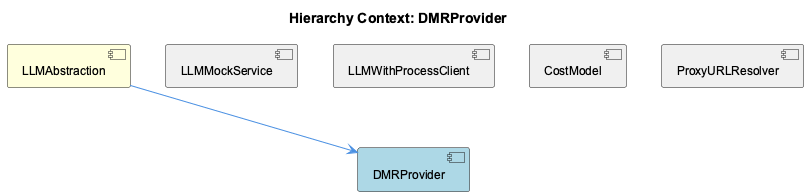
Earlier version of the PlantUML export knowledge-management/insights/images/dmrprovider-relationship.png (fwornle/coding).
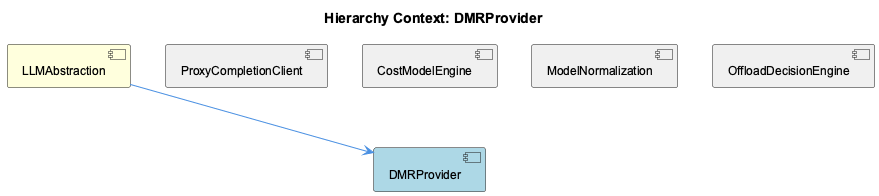
Above is the later version.

Diff of the diagram source:
```diff
@@ -5,15 +5,15 @@
 
 [LLMAbstraction] as llmabstraction #FFFFDD
 [DMRProvider] as dmrprovider #LightBlue
-[LLMMockService] as llmmock_service #F0F0F0
-[LLMWithProcessClient] as llmwith_process_client #F0F0F0
-[CostModel] as cost_model #F0F0F0
-[ProxyURLResolver] as proxy_urlresolver #F0F0F0
+[ProxyCompletionClient] as proxy_completion_client #F0F0F0
+[CostModelEngine] as cost_model_engine #F0F0F0
+[ModelNormalization] as model_normalization #F0F0F0
+[OffloadDecisionEngine] as offload_decision_engine #F0F0F0
 
 llmabstraction --> dmrprovider
-llmmock_service -[hidden]- dmrprovider
-llmwith_process_client -[hidden]- dmrprovider
-cost_model -[hidden]- dmrprovider
-proxy_urlresolver -[hidden]- dmrprovider
+proxy_completion_client -[hidden]- dmrprovider
+cost_model_engine -[hidden]- dmrprovider
+model_normalization -[hidden]- dmrprovider
+offload_decision_engine -[hidden]- dmrprovider
 
 @enduml
```
